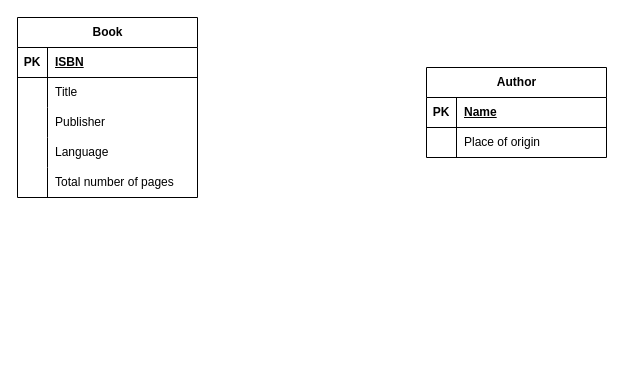
Before: page "2" (2 of 2) of Untitled Diagram.drawio in Harshitha73/DBMS, a draw.io diagram. Source tidied: cells renumbered, new cells numbered last; positions are measured from the earlier drawing's top-left corner, leaving out a move shared by most shapes. Both pictures are drawn from the tidied source at 100%, with x=0, y=0 at pixel (17, 17).
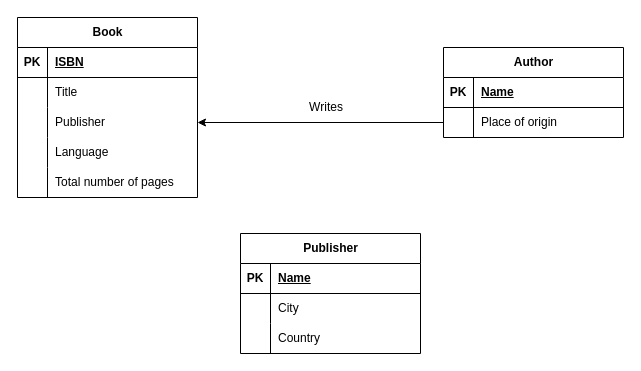
After the change.

The change refers to these unchanged cells:
```xml
<mxCell id="9" style="shape=tableRow;horizontal=0;startSize=0;swimlaneHead=0;swimlaneBody=0;fillColor=none;points=[[0,0.5],[1,0.5]];portConstraint=eastwest;top=0;left=0;right=0;bottom=0;strokeColor=default;fontFamily=Helvetica;fontSize=12;fontColor=default;html=1;" parent="2" vertex="1">
  <mxGeometry y="90" width="180" height="30" as="geometry" />
</mxCell>
<mxCell id="22" style="shape=tableRow;horizontal=0;startSize=0;swimlaneHead=0;swimlaneBody=0;fillColor=none;points=[[0,0.5],[1,0.5]];portConstraint=eastwest;top=0;left=0;right=0;bottom=0;strokeColor=default;fontFamily=Helvetica;fontSize=12;fontColor=default;html=1;" parent="18" vertex="1">
  <mxGeometry y="60" width="180" height="30" as="geometry" />
</mxCell>
```

What changed in the source:
```diff
@@
     <mxCell id="18" value="Author" style="shape=table;startSize=30;childLayout=tableLayout;rowLines=0;fontStyle=1;align=center;html=1;strokeColor=default;fontFamily=Helvetica;fontSize=12;fontColor=default;fillColor=default;" parent="1" vertex="1">
-      <mxGeometry x="409" y="50" width="180" height="90" as="geometry" />
+      <mxGeometry x="426" y="30" width="180" height="90" as="geometry" />
     </mxCell>
@@
+    <mxCell id="25" value="Publisher" style="shape=table;startSize=30;childLayout=tableLayout;rowLines=0;fontStyle=1;align=center;html=1;" parent="1" vertex="1">
+      <mxGeometry x="223" y="216" width="180" height="120" as="geometry" />
+    </mxCell>
+    <mxCell id="26" style="shape=tableRow;horizontal=0;startSize=0;swimlaneHead=0;swimlaneBody=0;fillColor=none;top=0;left=0;right=0;bottom=1;" parent="25" vertex="1">
+      <mxGeometry y="30" width="180" height="30" as="geometry" />
+    </mxCell>
+    <mxCell id="27" value="PK" style="shape=partialRectangle;fillColor=none;top=0;left=0;bottom=0;right=0;fontStyle=1;overflow=hidden;whiteSpace=wrap;html=1;" parent="26" vertex="1">
+      <mxGeometry width="30" height="30" as="geometry" />
+    </mxCell>
+    <mxCell id="28" value="Name" style="shape=partialRectangle;fillColor=none;top=0;left=0;bottom=0;right=0;align=left;spacingLeft=6;fontStyle=5;overflow=hidden;whiteSpace=wrap;html=1;" parent="26" vertex="1">
+      <mxGeometry x="30" width="150" height="30" as="geometry" />
+    </mxCell>
+    <mxCell id="29" style="shape=tableRow;horizontal=0;startSize=0;swimlaneHead=0;swimlaneBody=0;fillColor=none;top=0;left=0;right=0;bottom=0;" parent="25" vertex="1">
+      <mxGeometry y="60" width="180" height="30" as="geometry" />
+    </mxCell>
+    <mxCell id="30" style="shape=partialRectangle;fillColor=none;top=0;left=0;bottom=0;right=0;overflow=hidden;whiteSpace=wrap;html=1;" parent="29" vertex="1">
+      <mxGeometry width="30" height="30" as="geometry" />
+    </mxCell>
+    <mxCell id="31" value="City" style="shape=partialRectangle;fillColor=none;top=0;left=0;bottom=0;right=0;align=left;spacingLeft=6;overflow=hidden;whiteSpace=wrap;html=1;" parent="29" vertex="1">
+      <mxGeometry x="30" width="150" height="30" as="geometry" />
+    </mxCell>
+    <mxCell id="32" style="shape=tableRow;horizontal=0;startSize=0;swimlaneHead=0;swimlaneBody=0;fillColor=none;top=0;left=0;right=0;bottom=0;" parent="25" vertex="1">
+      <mxGeometry y="90" width="180" height="30" as="geometry" />
+    </mxCell>
+    <mxCell id="33" style="shape=partialRectangle;fillColor=none;top=0;left=0;bottom=0;right=0;overflow=hidden;whiteSpace=wrap;html=1;" parent="32" vertex="1">
+      <mxGeometry width="30" height="30" as="geometry" />
+    </mxCell>
+    <mxCell id="34" value="Country" style="shape=partialRectangle;fillColor=none;top=0;left=0;bottom=0;right=0;align=left;spacingLeft=6;overflow=hidden;whiteSpace=wrap;html=1;" parent="32" vertex="1">
+      <mxGeometry x="30" width="150" height="30" as="geometry" />
+    </mxCell>
+    <mxCell id="35" value="Writes" style="text;html=1;strokeColor=none;fillColor=none;align=center;verticalAlign=middle;whiteSpace=wrap;rounded=0;" parent="1" vertex="1">
+      <mxGeometry x="279" y="75" width="60" height="30" as="geometry" />
+    </mxCell>
+    <mxCell id="36" style="edgeStyle=orthogonalEdgeStyle;rounded=0;jettySize=auto;html=1;entryX=1;entryY=0.5;entryDx=0;entryDy=0;" parent="1" edge="1" source="22" target="9">
+      <mxGeometry relative="1" as="geometry" />
+    </mxCell>
```
